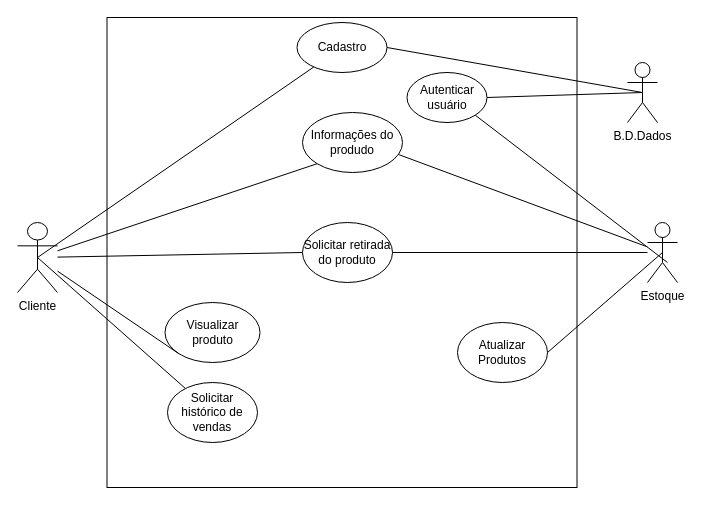
Brunoborgescarvalho/Projeto-Sonho keeps this draw.io diagram as projeto.drawio. Above is the earlier version. Source tidied: cells renumbered, new cells numbered last; positions are measured from the earlier drawing's top-left corner, leaving out a move shared by most shapes. Both pictures are drawn from the tidied source at 100%, with x=0, y=0 at pixel (17, 17).
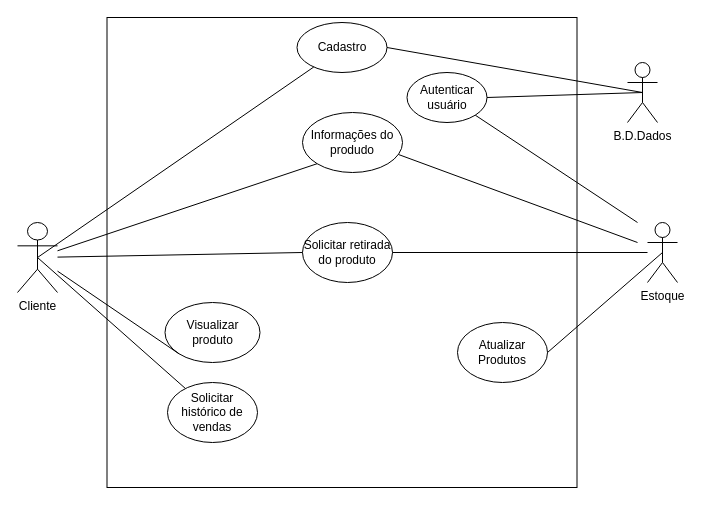
After the change.

Unchanged cells that the change refers to:
```xml
<mxCell id="6" value="Estoque&lt;br&gt;" style="shape=umlActor;verticalLabelPosition=bottom;verticalAlign=top;html=1;outlineConnect=0;" parent="1" vertex="1">
  <mxGeometry x="630" y="205" width="30" height="60" as="geometry" />
</mxCell>
<mxCell id="9" value="Informações do produdo" style="ellipse;whiteSpace=wrap;html=1;" parent="1" vertex="1">
  <mxGeometry x="285" y="95" width="100" height="60" as="geometry" />
</mxCell>
<mxCell id="21" value="Autenticar usuário" style="ellipse;whiteSpace=wrap;html=1;" parent="1" vertex="1">
  <mxGeometry x="389.5" y="55" width="80" height="50" as="geometry" />
</mxCell>
```

Diff of the diagram source:
```diff
@@
-    <mxCell id="10" style="endArrow=none;html=1;rounded=0;entryX=0.96;entryY=0.7;entryDx=0;entryDy=0;entryPerimeter=0;" parent="1" edge="1" source="6" target="9">
-      <mxGeometry relative="1" as="geometry" />
+    <mxCell id="10" style="endArrow=none;html=1;rounded=0;entryX=0.96;entryY=0.7;entryDx=0;entryDy=0;entryPerimeter=0;" parent="1" edge="1" target="9">
+      <mxGeometry relative="1" as="geometry">
+        <mxPoint x="620" y="225" as="sourcePoint" />
+      </mxGeometry>
     </mxCell>
@@
     <mxCell id="23" style="endArrow=none;html=1;rounded=0;entryX=1;entryY=1;entryDx=0;entryDy=0;" parent="1" edge="1" target="21">
       <mxGeometry relative="1" as="geometry">
-        <mxPoint x="650" y="245" as="sourcePoint" />
+        <mxPoint x="620" y="205" as="sourcePoint" />
       </mxGeometry>
     </mxCell>
```
